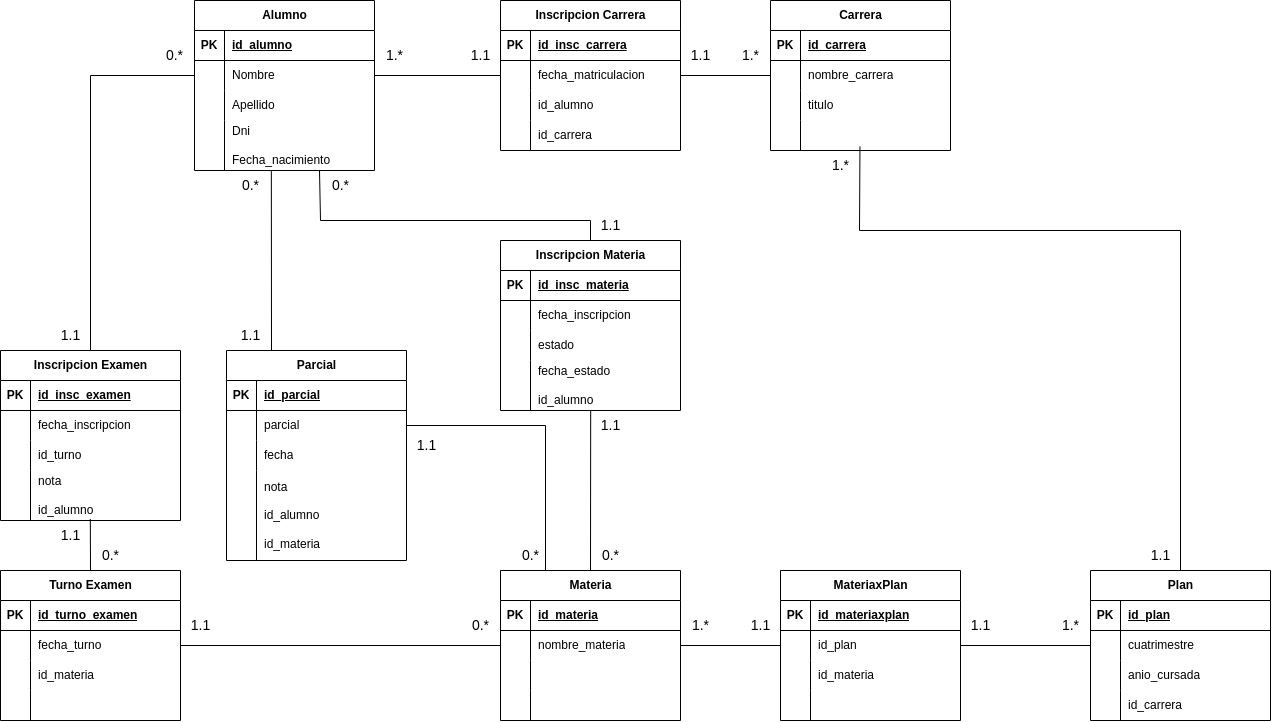
The draw.io diagram TP1/diagram_clases.drawio.png in ManuelFerreras/BaseDeDatosII, before a commit. Source tidied: cells renumbered, new cells last; positions are measured from the earlier drawing's top-left corner, leaving out a move shared by most shapes.
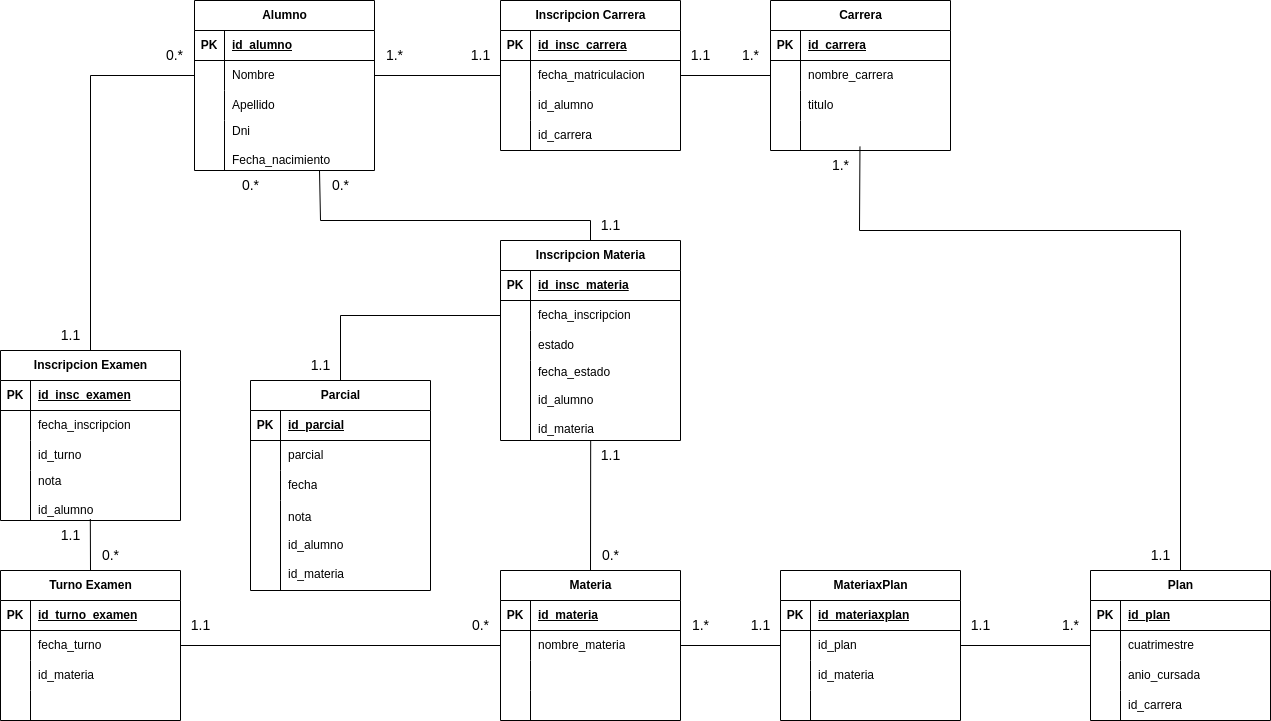
After the commit.

What changed in the source:
```diff
@@ -81,7 +81,7 @@
       <mxGeometry x="30" width="150" height="30" as="geometry" />
     </mxCell>
     <mxCell id="28" value="Parcial" style="shape=table;startSize=30;rowLines=0;fontStyle=1;align=center;html=1;" parent="1" vertex="1">
-      <mxGeometry x="226" y="350" width="180" height="210" as="geometry" />
+      <mxGeometry x="250" y="380" width="180" height="210" as="geometry" />
     </mxCell>
     <mxCell id="29" style="shape=tableRow;horizontal=0;startSize=0;swimlaneHead=0;swimlaneBody=0;fillColor=none;top=0;left=0;right=0;bottom=1;" parent="28" vertex="1">
       <mxGeometry y="30" width="180" height="30" as="geometry" />
@@ -159,7 +159,7 @@
       <mxGeometry x="30" width="150" height="30" as="geometry" />
     </mxCell>
     <mxCell id="54" value="Inscripcion Materia" style="shape=table;startSize=30;rowLines=0;fontStyle=1;align=center;html=1;" parent="1" vertex="1">
-      <mxGeometry x="500" y="240" width="180" height="170" as="geometry" />
+      <mxGeometry x="500" y="240" width="180" height="200" as="geometry" />
     </mxCell>
     <mxCell id="55" style="shape=tableRow;horizontal=0;startSize=0;swimlaneHead=0;swimlaneBody=0;fillColor=none;top=0;left=0;right=0;bottom=1;" parent="54" vertex="1">
       <mxGeometry y="30" width="180" height="30" as="geometry" />
@@ -189,13 +189,13 @@
       <mxGeometry x="30" width="150" height="30" as="geometry" />
     </mxCell>
     <mxCell id="64" style="shape=tableRow;horizontal=0;startSize=0;swimlaneHead=0;swimlaneBody=0;fillColor=none;points=[[0,0.5],[1,0.5]];portConstraint=eastwest;top=0;left=0;right=0;bottom=0;" parent="54" vertex="1">
-      <mxGeometry y="120" width="180" height="50" as="geometry" />
+      <mxGeometry y="120" width="180" height="80" as="geometry" />
     </mxCell>
     <mxCell id="65" style="shape=partialRectangle;fillColor=none;top=0;left=0;bottom=0;right=0;overflow=hidden;whiteSpace=wrap;html=1;" parent="64" vertex="1">
-      <mxGeometry width="30" height="50" as="geometry" />
+      <mxGeometry width="30" height="80" as="geometry" />
     </mxCell>
-    <mxCell id="66" value="fecha_estado&lt;div&gt;&lt;br&gt;&lt;/div&gt;&lt;div&gt;id_alumno&lt;/div&gt;" style="shape=partialRectangle;fillColor=none;top=0;left=0;bottom=0;right=0;align=left;spacingLeft=6;overflow=hidden;whiteSpace=wrap;html=1;" parent="64" vertex="1">
-      <mxGeometry x="30" width="150" height="50" as="geometry" />
+    <mxCell id="66" value="fecha_estado&lt;div&gt;&lt;br&gt;&lt;div&gt;id_alumno&lt;/div&gt;&lt;div&gt;&lt;br&gt;&lt;/div&gt;&lt;div&gt;id_materia&lt;/div&gt;&lt;/div&gt;" style="shape=partialRectangle;fillColor=none;top=0;left=0;bottom=0;right=0;align=left;spacingLeft=6;overflow=hidden;whiteSpace=wrap;html=1;" parent="64" vertex="1">
+      <mxGeometry x="30" width="150" height="80" as="geometry" />
     </mxCell>
     <mxCell id="67" value="Inscripcion Carrera" style="shape=table;startSize=30;rowLines=0;fontStyle=1;align=center;html=1;" parent="1" vertex="1">
       <mxGeometry x="500" width="180" height="150" as="geometry" />
@@ -424,9 +424,11 @@
     <mxCell id="138" style="endArrow=none;html=1;rounded=0;entryX=1;entryY=0.5;entryDx=0;entryDy=0;exitX=0;exitY=0.5;exitDx=0;exitDy=0;" parent="1" edge="1" source="84" target="123">
       <mxGeometry relative="1" as="geometry" />
     </mxCell>
-    <mxCell id="139" style="endArrow=none;html=1;rounded=0;exitX=1.021;exitY=0.025;exitDx=0;exitDy=0;exitPerimeter=0;" parent="1" edge="1" source="152">
+    <mxCell id="139" style="endArrow=none;html=1;rounded=0;exitX=0;exitY=0.5;exitDx=0;exitDy=0;entryX=0.5;entryY=0;entryDx=0;entryDy=0;" parent="1" edge="1" source="58" target="28">
       <mxGeometry relative="1" as="geometry">
-        <mxPoint x="271" y="350" as="targetPoint" />
+        <Array as="points">
+          <mxPoint x="340" y="315" />
+        </Array>
       </mxGeometry>
     </mxCell>
     <mxCell id="140" style="endArrow=none;html=1;rounded=0;exitX=0;exitY=0.5;exitDx=0;exitDy=0;entryX=0.5;entryY=0;entryDx=0;entryDy=0;" parent="1" edge="1" source="110" target="2">
@@ -442,13 +444,6 @@
     <mxCell id="142" style="endArrow=none;html=1;rounded=0;entryX=1;entryY=0.5;entryDx=0;entryDy=0;exitX=0;exitY=0.5;exitDx=0;exitDy=0;" parent="1" edge="1" source="45" target="19">
       <mxGeometry relative="1" as="geometry" />
     </mxCell>
-    <mxCell id="143" style="endArrow=none;html=1;rounded=0;entryX=0.25;entryY=0;entryDx=0;entryDy=0;exitX=1;exitY=0.5;exitDx=0;exitDy=0;" parent="1" edge="1" source="32" target="41">
-      <mxGeometry relative="1" as="geometry">
-        <Array as="points">
-          <mxPoint x="545" y="425" />
-        </Array>
-      </mxGeometry>
-    </mxCell>
     <mxCell id="144" value="&lt;font style=&quot;font-size: 14px;&quot;&gt;0.*&lt;/font&gt;" style="text;html=1;align=center;verticalAlign=middle;strokeColor=none;fillColor=none;" parent="1" vertex="1">
       <mxGeometry x="154" y="40" width="40" height="30" as="geometry" />
     </mxCell>
@@ -477,14 +472,8 @@
       <mxGeometry x="230" y="170" width="40" height="30" as="geometry" />
     </mxCell>
     <mxCell id="153" value="&lt;font style=&quot;font-size: 14px;&quot;&gt;1.1&lt;/font&gt;" style="text;html=1;align=center;verticalAlign=middle;strokeColor=none;fillColor=none;" parent="1" vertex="1">
-      <mxGeometry x="230" y="320" width="40" height="30" as="geometry" />
+      <mxGeometry x="300" y="350" width="40" height="30" as="geometry" />
     </mxCell>
-    <mxCell id="154" value="&lt;font style=&quot;font-size: 14px;&quot;&gt;1.1&lt;/font&gt;" style="text;html=1;align=center;verticalAlign=middle;strokeColor=none;fillColor=none;" parent="1" vertex="1">
-      <mxGeometry x="406" y="430" width="40" height="30" as="geometry" />
-    </mxCell>
-    <mxCell id="155" value="&lt;font style=&quot;font-size: 14px;&quot;&gt;0.*&lt;/font&gt;" style="text;html=1;align=center;verticalAlign=middle;strokeColor=none;fillColor=none;" parent="1" vertex="1">
-      <mxGeometry x="510" y="540" width="40" height="30" as="geometry" />
-    </mxCell>
     <mxCell id="156" value="&lt;font style=&quot;font-size: 14px;&quot;&gt;0.*&lt;/font&gt;" style="text;html=1;align=center;verticalAlign=middle;strokeColor=none;fillColor=none;" parent="1" vertex="1">
       <mxGeometry x="460" y="610" width="40" height="30" as="geometry" />
     </mxCell>
@@ -492,7 +481,7 @@
       <mxGeometry x="180" y="610" width="40" height="30" as="geometry" />
     </mxCell>
     <mxCell id="158" value="&lt;font style=&quot;font-size: 14px;&quot;&gt;1.1&lt;/font&gt;" style="text;html=1;align=center;verticalAlign=middle;strokeColor=none;fillColor=none;" parent="1" vertex="1">
-      <mxGeometry x="590" y="410" width="40" height="30" as="geometry" />
+      <mxGeometry x="590" y="440" width="40" height="30" as="geometry" />
     </mxCell>
     <mxCell id="159" value="&lt;font style=&quot;font-size: 14px;&quot;&gt;1.1&lt;/font&gt;" style="text;html=1;align=center;verticalAlign=middle;strokeColor=none;fillColor=none;" parent="1" vertex="1">
       <mxGeometry x="590" y="210" width="40" height="30" as="geometry" />
```
